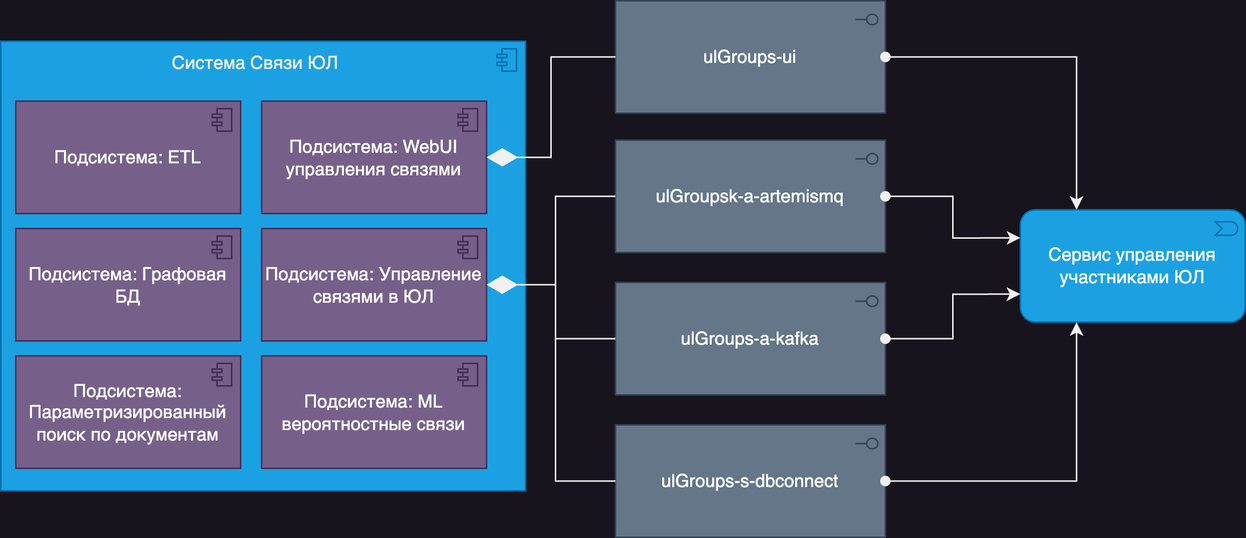
Earlier version of the draw.io export Task3/assets/as-ulGroups.png (kkeker/unicredit-tasks-sa). Source tidied: cells renumbered, new cells last; positions are measured from the earlier drawing's top-left corner, leaving out a move shared by most shapes.
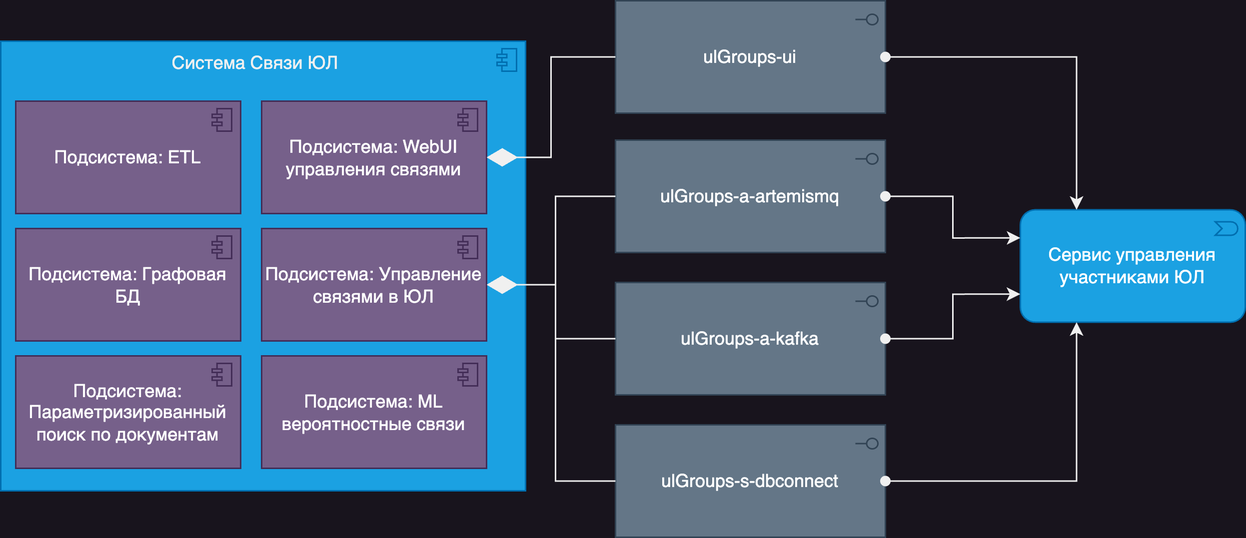
The same diagram one commit later.

What changed in the source:
```diff
@@ -8,7 +8,7 @@
     <mxCell id="3" value="Подсистема: ETL" style="html=1;whiteSpace=wrap;fillColor=#76608a;shape=mxgraph.archimate3.application;appType=comp;archiType=square;strokeColor=#432D57;fontColor=#ffffff;" parent="1" vertex="1">
       <mxGeometry x="10" y="67" width="150" height="75" as="geometry" />
     </mxCell>
-    <mxCell id="4" value="ulGroupsk-a-artemismq" style="html=1;outlineConnect=0;whiteSpace=wrap;fillColor=#647687;shape=mxgraph.archimate3.application;appType=interface;archiType=square;fontColor=#ffffff;strokeColor=#314354;" parent="1" vertex="1">
+    <mxCell id="4" value="ulGroups-a-artemismq" style="html=1;outlineConnect=0;whiteSpace=wrap;fillColor=#647687;shape=mxgraph.archimate3.application;appType=interface;archiType=square;fontColor=#ffffff;strokeColor=#314354;" parent="1" vertex="1">
       <mxGeometry x="410" y="93" width="180" height="75" as="geometry" />
     </mxCell>
     <mxCell id="5" value="Сервис управления участниками ЮЛ" style="html=1;outlineConnect=0;whiteSpace=wrap;fillColor=#1ba1e2;shape=mxgraph.archimate3.application;appType=event;archiType=rounded;strokeColor=#006EAF;fontColor=#ffffff;" parent="1" vertex="1">
```
